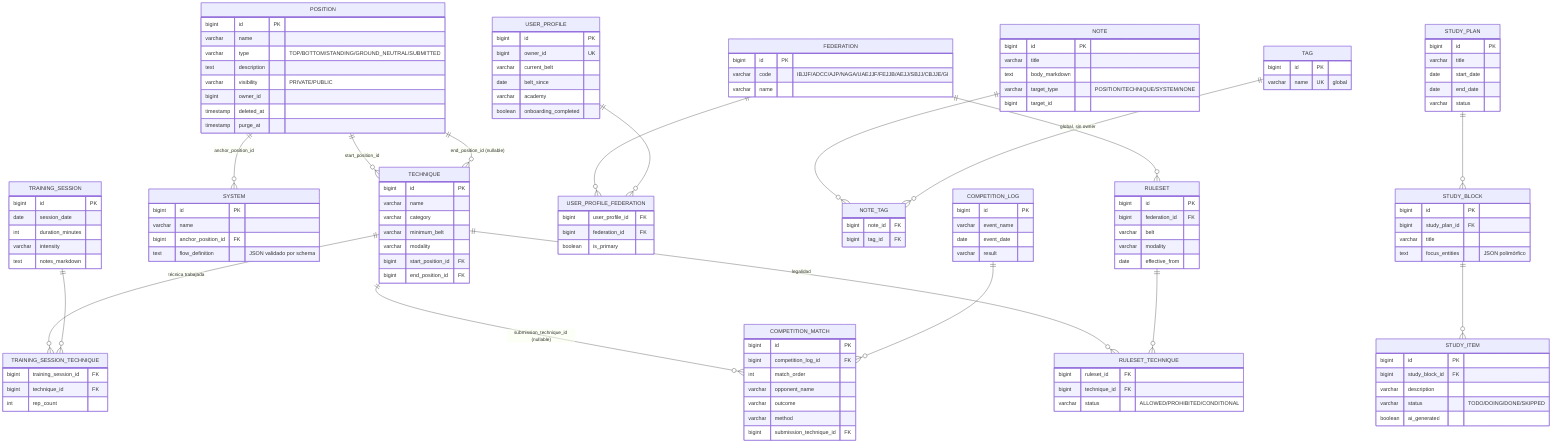
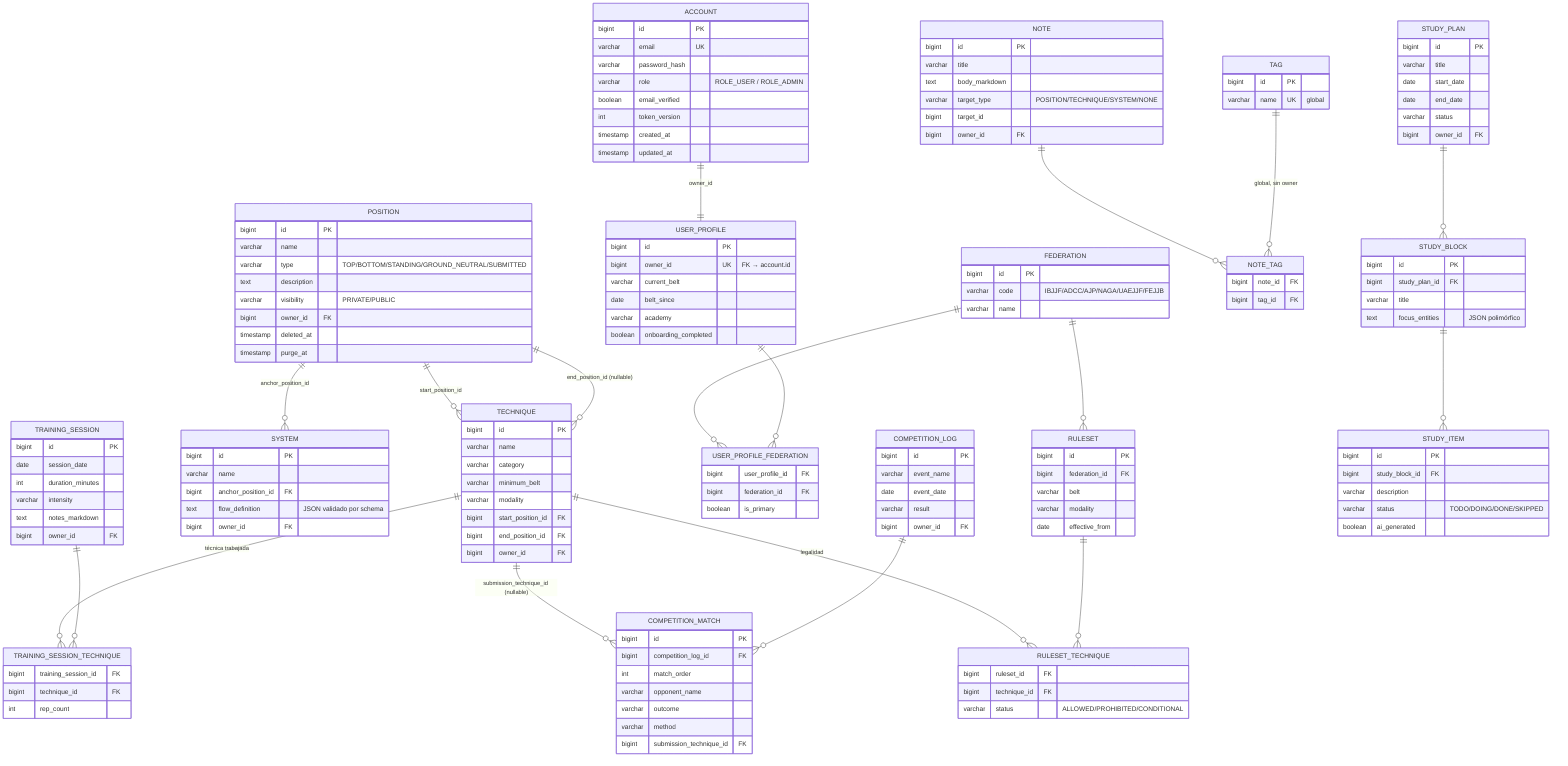
erDiagram
+     ACCOUNT ||--|| USER_PROFILE : "owner_id"
+     ACCOUNT {
+         bigint id PK
+         varchar email UK
+         varchar password_hash
+         varchar role "ROLE_USER / ROLE_ADMIN"
+         boolean email_verified
+         int token_version
+         timestamp created_at
+         timestamp updated_at
+     }
+ 
    POSITION ||--o{ TECHNIQUE : "start_position_id"
    POSITION ||--o{ TECHNIQUE : "end_position_id (nullable)"
    POSITION ||--o{ SYSTEM : "anchor_position_id"

    TECHNIQUE ||--o{ TRAINING_SESSION_TECHNIQUE : "técnica trabajada"
    TECHNIQUE ||--o{ COMPETITION_MATCH : "submission_technique_id (nullable)"
    TECHNIQUE ||--o{ RULESET_TECHNIQUE : "legalidad"

    FEDERATION ||--o{ RULESET : ""
    FEDERATION ||--o{ USER_PROFILE_FEDERATION : ""
    RULESET ||--o{ RULESET_TECHNIQUE : ""

    USER_PROFILE ||--o{ USER_PROFILE_FEDERATION : ""

    NOTE ||--o{ NOTE_TAG : ""
    TAG ||--o{ NOTE_TAG : "global, sin owner"

    TRAINING_SESSION ||--o{ TRAINING_SESSION_TECHNIQUE : ""
    COMPETITION_LOG ||--o{ COMPETITION_MATCH : ""

    STUDY_PLAN ||--o{ STUDY_BLOCK : ""
    STUDY_BLOCK ||--o{ STUDY_ITEM : ""

+     USER_PROFILE {
+         bigint id PK
+         bigint owner_id UK "FK → account.id"
+         varchar current_belt
+         date belt_since
+         varchar academy
+         boolean onboarding_completed
+     }
+     USER_PROFILE_FEDERATION {
+         bigint user_profile_id FK
+         bigint federation_id FK
+         boolean is_primary
+     }
    POSITION {
        bigint id PK
        varchar name
        varchar type "TOP/BOTTOM/STANDING/GROUND_NEUTRAL/SUBMITTED"
        text description
        varchar visibility "PRIVATE/PUBLIC"
-         bigint owner_id
+         bigint owner_id FK
        timestamp deleted_at
        timestamp purge_at
    }
    TECHNIQUE {
        bigint id PK
        varchar name
        varchar category
        varchar minimum_belt
        varchar modality
        bigint start_position_id FK
        bigint end_position_id FK
+         bigint owner_id FK
    }
    SYSTEM {
        bigint id PK
        varchar name
        bigint anchor_position_id FK
        text flow_definition "JSON validado por schema"
+         bigint owner_id FK
    }
    FEDERATION {
        bigint id PK
-         varchar code "IBJJF/ADCC/AJP/NAGA/UAEJJF/FEJJB/AEJJ/SBJJ/CBJJE/GI"
+         varchar code "IBJJF/ADCC/AJP/NAGA/UAEJJF/FEJJB"
        varchar name
    }
    RULESET {
        bigint id PK
        bigint federation_id FK
        varchar belt
        varchar modality
        date effective_from
    }
    RULESET_TECHNIQUE {
        bigint ruleset_id FK
        bigint technique_id FK
        varchar status "ALLOWED/PROHIBITED/CONDITIONAL"
    }
-     USER_PROFILE {
-         bigint id PK
-         bigint owner_id UK
-         varchar current_belt
-         date belt_since
-         varchar academy
-         boolean onboarding_completed
-     }
-     USER_PROFILE_FEDERATION {
-         bigint user_profile_id FK
-         bigint federation_id FK
-         boolean is_primary
-     }
    NOTE {
        bigint id PK
        varchar title
        text body_markdown
        varchar target_type "POSITION/TECHNIQUE/SYSTEM/NONE"
        bigint target_id
+         bigint owner_id FK
    }
    TAG {
        bigint id PK
        varchar name UK "global"
    }
    NOTE_TAG {
        bigint note_id FK
        bigint tag_id FK
    }
    TRAINING_SESSION {
        bigint id PK
        date session_date
        int duration_minutes
        varchar intensity
        text notes_markdown
+         bigint owner_id FK
    }
    TRAINING_SESSION_TECHNIQUE {
        bigint training_session_id FK
        bigint technique_id FK
        int rep_count
    }
    COMPETITION_LOG {
        bigint id PK
        varchar event_name
        date event_date
        varchar result
+         bigint owner_id FK
    }
    COMPETITION_MATCH {
        bigint id PK
        bigint competition_log_id FK
        int match_order
        varchar opponent_name
        varchar outcome
        varchar method
        bigint submission_technique_id FK
    }
    STUDY_PLAN {
        bigint id PK
        varchar title
        date start_date
        date end_date
        varchar status
+         bigint owner_id FK
    }
    STUDY_BLOCK {
        bigint id PK
        bigint study_plan_id FK
        varchar title
        text focus_entities "JSON polimórfico"
    }
    STUDY_ITEM {
        bigint id PK
        bigint study_block_id FK
        varchar description
        varchar status "TODO/DOING/DONE/SKIPPED"
        boolean ai_generated
    }
